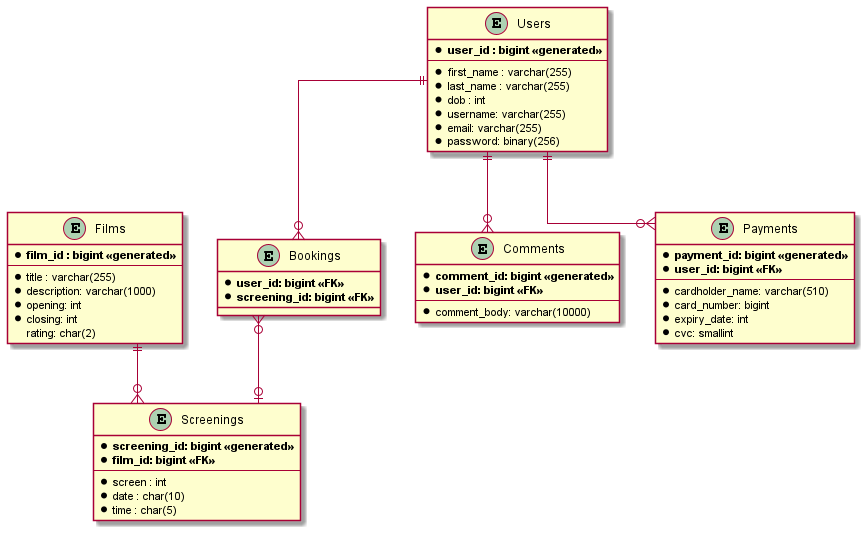
Earlier version of the PlantUML export documentation/erd.png (RGlossop/QACinemas).
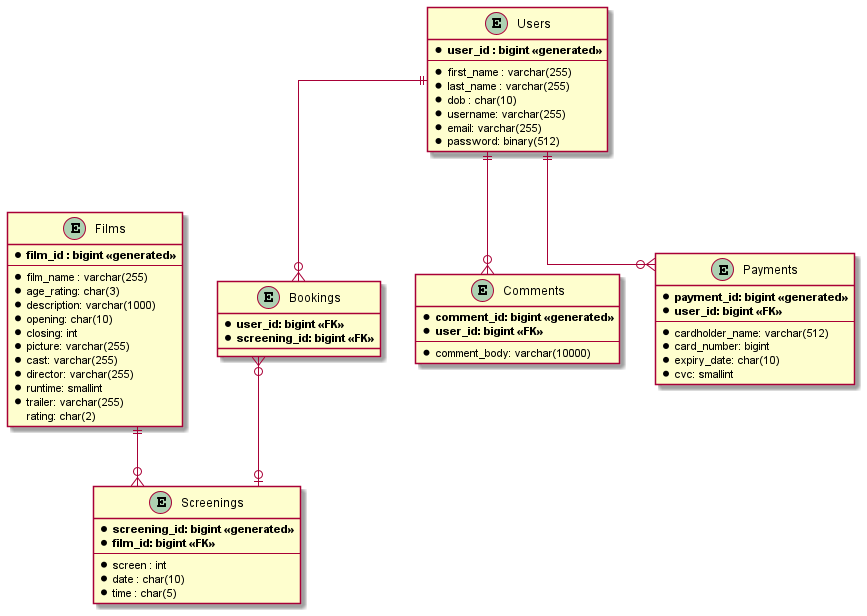
After the commit.

Change to the diagram source:
```diff
@@ -5,10 +5,16 @@
 entity "Films" as films {
 	* **film_id : bigint <<generated>>**
 	--
-	* title : varchar(255)
+	* film_name : varchar(255)
+    * age_rating: char(3)
     * description: varchar(1000)
-    * opening: int
+    * opening: char(10)
     * closing: int
+    * picture: varchar(255)
+    * cast: varchar(255)
+    * director: varchar(255)
+    * runtime: smallint
+    * trailer: varchar(255)
     rating: char(2)
 }
 
@@ -17,10 +23,10 @@
 	--
 	* first_name : varchar(255)
     * last_name : varchar(255)
-	* dob : int
+	* dob : char(10)
     * username: varchar(255)
     * email: varchar(255)
-    * password: binary(256)
+    * password: binary(512)
 }
 
 entity "Screenings" as screenings {
@@ -48,9 +54,9 @@
     * **payment_id: bigint <<generated>>**
     * **user_id: bigint <<FK>>**
     --
-    * cardholder_name: varchar(510)
+    * cardholder_name: varchar(512)
     * card_number: bigint
-    * expiry_date: int
+    * expiry_date: char(10)
     * cvc: smallint
 }
 
```
